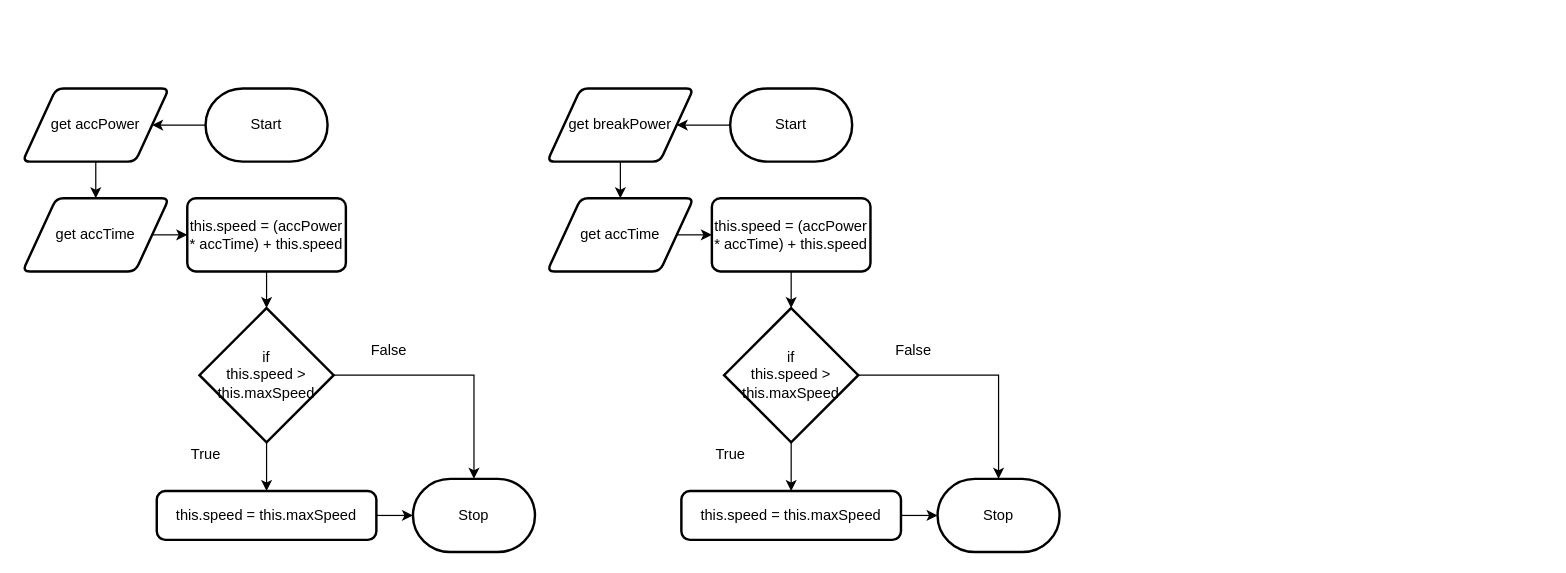
Before: Unit2-05/flowchart.drawio in MTHS-ICS4U-1-2023/ICS4U-Unit2-Infinity-De-Guzman, a draw.io diagram. Source tidied: cells renumbered, new cells numbered last; positions are measured from the earlier drawing's top-left corner, leaving out a move shared by most shapes. Both pictures are drawn from the tidied source at 122%, with x=0, y=0 at pixel (22, 88).
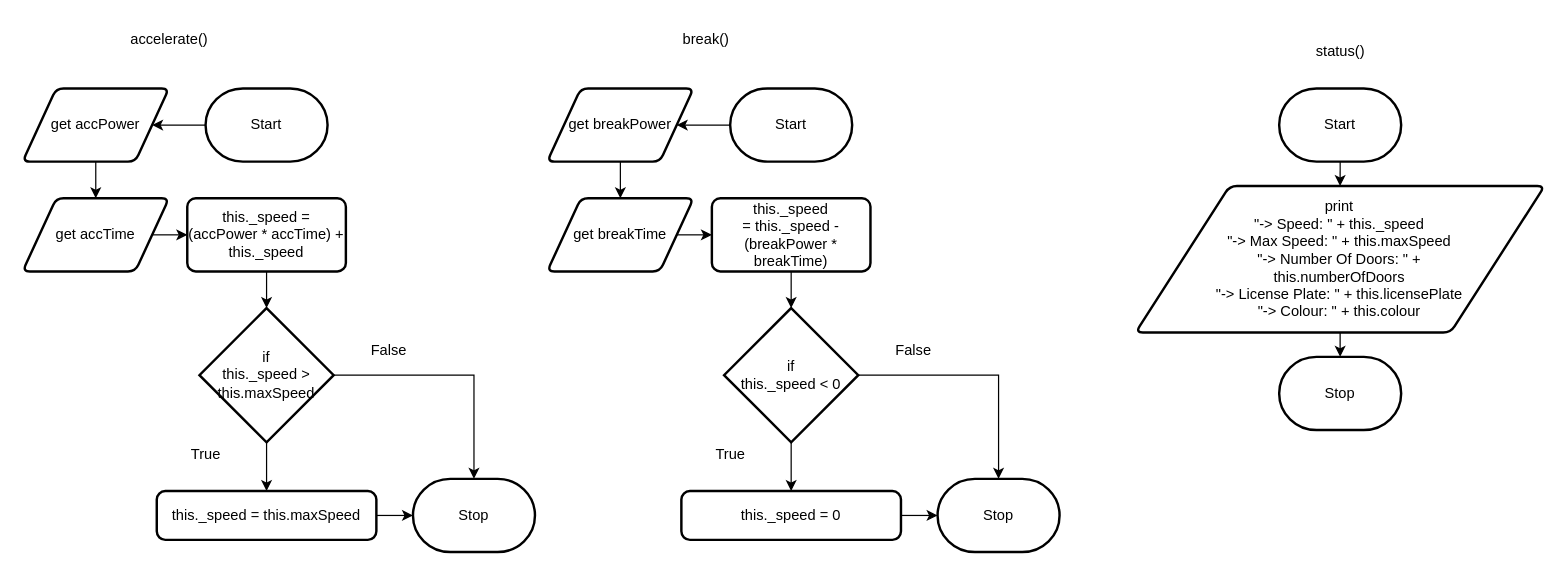
The same page after the edit.

Diff of the diagram source:
```diff
@@
-    <mxCell id="9" value="this.speed = (accPower * accTime) + this.speed" style="rounded=1;whiteSpace=wrap;html=1;absoluteArcSize=1;arcSize=14;strokeWidth=2;" parent="1" vertex="1">
+    <mxCell id="9" value="this._speed = (accPower * accTime) + this._speed" style="rounded=1;whiteSpace=wrap;html=1;absoluteArcSize=1;arcSize=14;strokeWidth=2;" parent="1" vertex="1">
       <mxGeometry x="135" y="90" width="130" height="60" as="geometry" />
     </mxCell>
@@
-    <mxCell id="12" value="if&lt;br&gt;this.speed &amp;gt;&lt;br&gt;this.maxSpeed" style="strokeWidth=2;html=1;shape=mxgraph.flowchart.decision;whiteSpace=wrap;" parent="1" vertex="1">
+    <mxCell id="12" value="if&lt;br&gt;this._speed &amp;gt;&lt;br&gt;this.maxSpeed" style="strokeWidth=2;html=1;shape=mxgraph.flowchart.decision;whiteSpace=wrap;" parent="1" vertex="1">
       <mxGeometry x="145" y="180" width="110" height="110" as="geometry" />
     </mxCell>
@@
-    <mxCell id="14" value="this.speed = this.maxSpeed" style="rounded=1;whiteSpace=wrap;html=1;absoluteArcSize=1;arcSize=14;strokeWidth=2;" parent="1" vertex="1">
+    <mxCell id="14" value="this._speed = this.maxSpeed" style="rounded=1;whiteSpace=wrap;html=1;absoluteArcSize=1;arcSize=14;strokeWidth=2;" parent="1" vertex="1">
       <mxGeometry x="110" y="330" width="180" height="40" as="geometry" />
     </mxCell>
@@
-    <mxCell id="23" value="get accTime" style="shape=parallelogram;html=1;strokeWidth=2;perimeter=parallelogramPerimeter;whiteSpace=wrap;rounded=1;arcSize=12;size=0.23;" parent="1" vertex="1">
+    <mxCell id="23" value="get breakTime" style="shape=parallelogram;html=1;strokeWidth=2;perimeter=parallelogramPerimeter;whiteSpace=wrap;rounded=1;arcSize=12;size=0.23;" parent="1" vertex="1">
       <mxGeometry x="430" y="90" width="120" height="60" as="geometry" />
     </mxCell>
@@
-    <mxCell id="25" value="this.speed = (accPower * accTime) + this.speed" style="rounded=1;whiteSpace=wrap;html=1;absoluteArcSize=1;arcSize=14;strokeWidth=2;" parent="1" vertex="1">
+    <mxCell id="25" value="this._speed =&amp;nbsp;this._speed - (breakPower * breakTime)" style="rounded=1;whiteSpace=wrap;html=1;absoluteArcSize=1;arcSize=14;strokeWidth=2;" parent="1" vertex="1">
       <mxGeometry x="565" y="90" width="130" height="60" as="geometry" />
     </mxCell>
@@
-    <mxCell id="28" value="if&lt;br&gt;this.speed &amp;gt;&lt;br&gt;this.maxSpeed" style="strokeWidth=2;html=1;shape=mxgraph.flowchart.decision;whiteSpace=wrap;" parent="1" vertex="1">
+    <mxCell id="28" value="if&lt;br&gt;this._speed &amp;lt; 0" style="strokeWidth=2;html=1;shape=mxgraph.flowchart.decision;whiteSpace=wrap;" parent="1" vertex="1">
       <mxGeometry x="575" y="180" width="110" height="110" as="geometry" />
     </mxCell>
@@
-    <mxCell id="30" value="this.speed = this.maxSpeed" style="rounded=1;whiteSpace=wrap;html=1;absoluteArcSize=1;arcSize=14;strokeWidth=2;" parent="1" vertex="1">
+    <mxCell id="30" value="this._speed = 0" style="rounded=1;whiteSpace=wrap;html=1;absoluteArcSize=1;arcSize=14;strokeWidth=2;" parent="1" vertex="1">
       <mxGeometry x="540" y="330" width="180" height="40" as="geometry" />
     </mxCell>
@@
+    <mxCell id="34" style="edgeStyle=none;html=1;exitX=0.5;exitY=1;exitDx=0;exitDy=0;exitPerimeter=0;entryX=0.5;entryY=0;entryDx=0;entryDy=0;" parent="1" edge="1" source="35" target="37">
+      <mxGeometry relative="1" as="geometry" />
+    </mxCell>
+    <mxCell id="35" value="Start" style="strokeWidth=2;html=1;shape=mxgraph.flowchart.terminator;whiteSpace=wrap;" parent="1" vertex="1">
+      <mxGeometry x="1030" width="100" height="60" as="geometry" />
+    </mxCell>
+    <mxCell id="36" style="edgeStyle=none;html=1;exitX=0.5;exitY=1;exitDx=0;exitDy=0;entryX=0.5;entryY=0;entryDx=0;entryDy=0;entryPerimeter=0;" parent="1" edge="1" source="37" target="38">
+      <mxGeometry relative="1" as="geometry" />
+    </mxCell>
+    <mxCell id="37" value="print&lt;br&gt;&quot;-&amp;gt; Speed: &quot; + this._speed&lt;br&gt;&quot;-&amp;gt; Max Speed: &quot; + this.maxSpeed&lt;br&gt;&quot;-&amp;gt; Number Of Doors: &quot; +&lt;br&gt;this.numberOfDoors&lt;br&gt;&quot;-&amp;gt; License Plate: &quot; + this.licensePlate&lt;br&gt;&quot;-&amp;gt; Colour: &quot; + this.colour" style="shape=parallelogram;html=1;strokeWidth=2;perimeter=parallelogramPerimeter;whiteSpace=wrap;rounded=1;arcSize=12;size=0.23;" parent="1" vertex="1">
+      <mxGeometry x="912.3" y="80" width="335.3" height="120" as="geometry" />
+    </mxCell>
+    <mxCell id="38" value="Stop" style="strokeWidth=2;html=1;shape=mxgraph.flowchart.terminator;whiteSpace=wrap;" parent="1" vertex="1">
+      <mxGeometry x="1030" y="220" width="100" height="60" as="geometry" />
+    </mxCell>
+    <mxCell id="39" value="accelerate()" style="text;html=1;align=center;verticalAlign=middle;strokeColor=none;fillColor=none;" parent="1" vertex="1">
+      <mxGeometry x="75" y="-55" width="90" height="30" as="geometry" />
+    </mxCell>
+    <mxCell id="40" value="break()" style="text;html=1;align=center;verticalAlign=middle;strokeColor=none;fillColor=none;" parent="1" vertex="1">
+      <mxGeometry x="530" y="-55" width="60" height="30" as="geometry" />
+    </mxCell>
+    <mxCell id="41" value="status()" style="text;html=1;align=center;verticalAlign=middle;strokeColor=none;fillColor=none;" parent="1" vertex="1">
+      <mxGeometry x="1050" y="-45" width="60" height="30" as="geometry" />
+    </mxCell>
```
